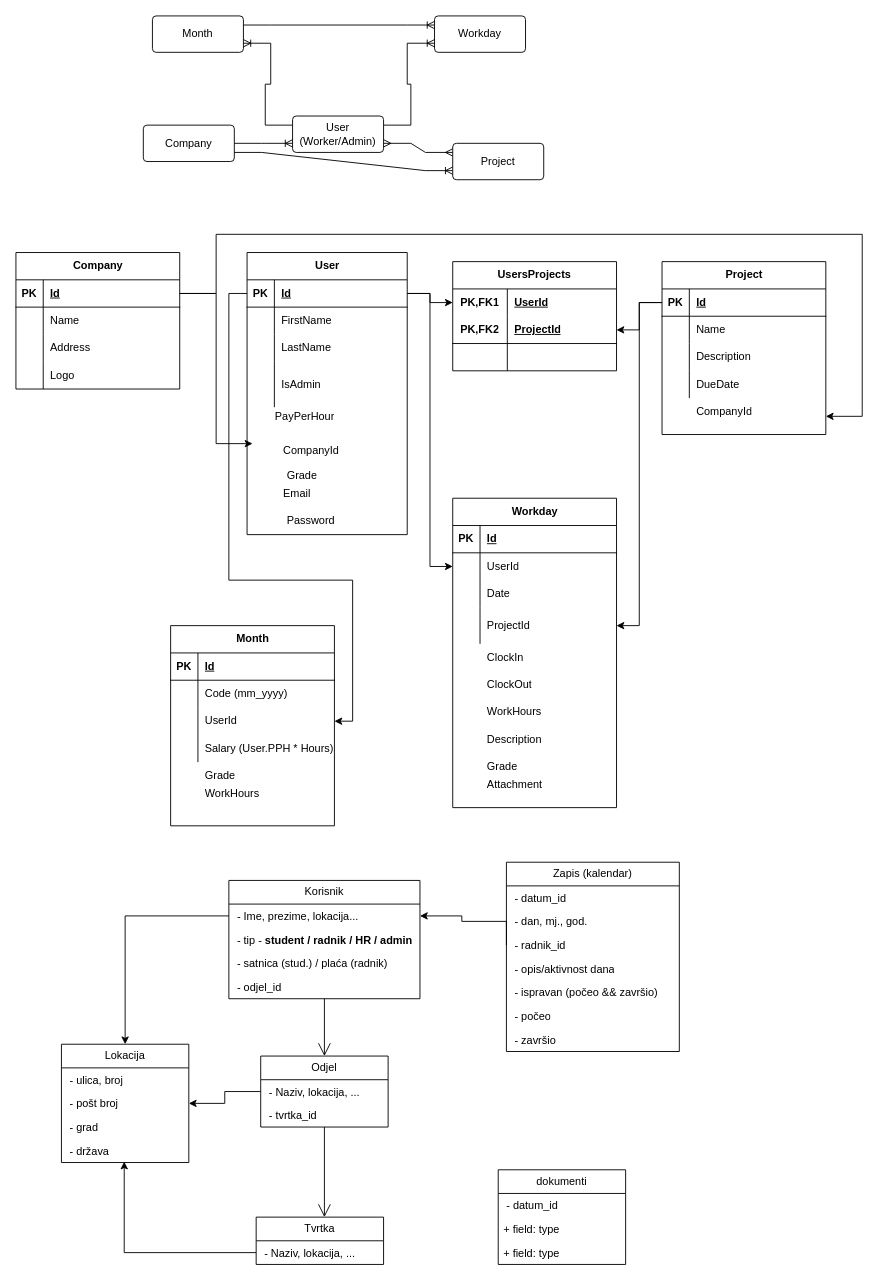
The draw.io diagram timekeper-baza.drawio in marinjurisich/TimeKeeper, before the edit. Source tidied: cells renumbered, new cells numbered last; positions are measured from the earlier drawing's top-left corner, leaving out a move shared by most shapes. Both pictures are drawn from the tidied source at 91%, with x=0, y=0 at pixel (15, 15).
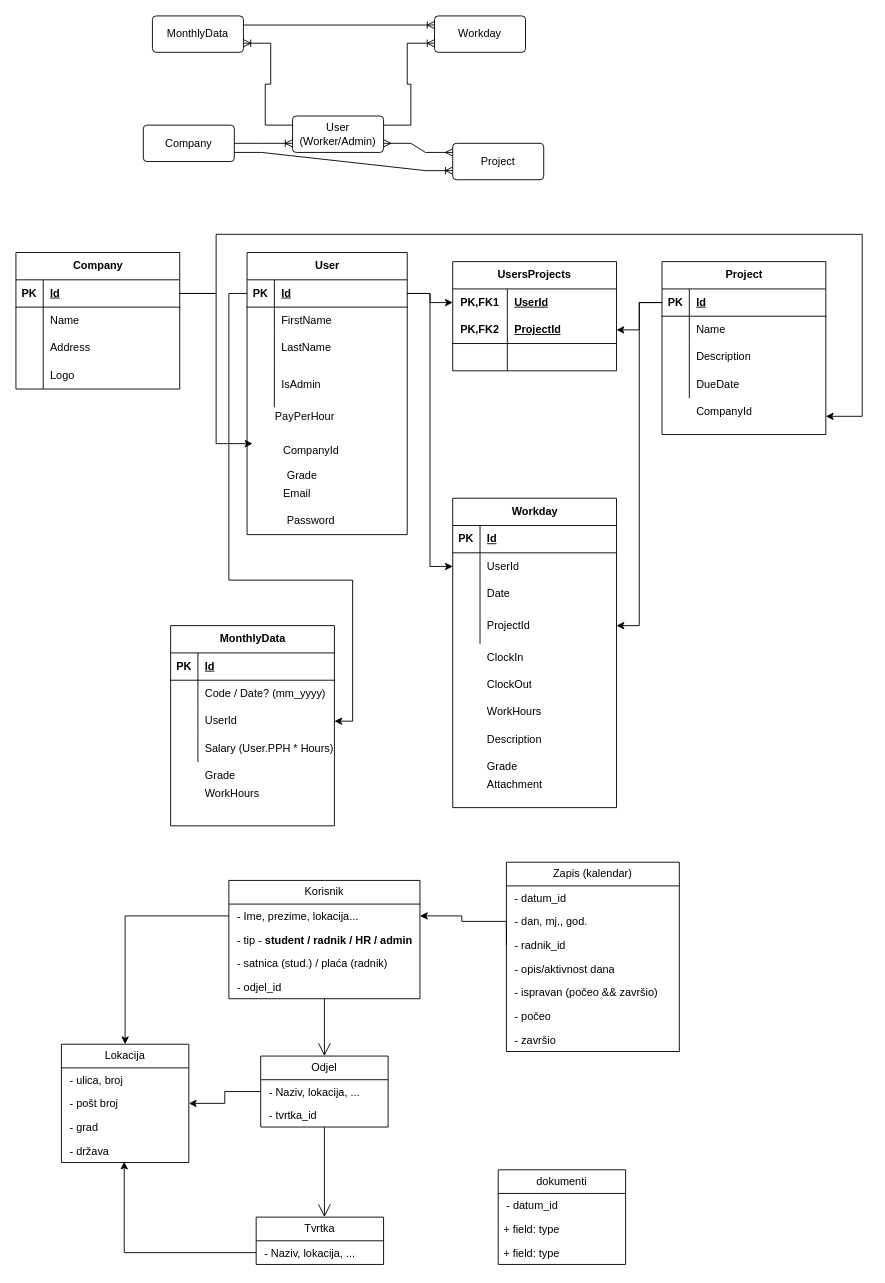
The same diagram, later.

Unchanged cells that the change refers to:
```xml
<mxCell id="125" style="shape=tableRow;horizontal=0;startSize=0;swimlaneHead=0;swimlaneBody=0;fillColor=none;top=0;left=0;right=0;bottom=0;" parent="121" vertex="1">
  <mxGeometry y="60" width="180" height="30" as="geometry" />
</mxCell>
```

What changed in the source:
```diff
@@
-    <mxCell id="38" value="Month" style="rounded=1;arcSize=10;whiteSpace=wrap;html=1;align=center;" parent="1" vertex="1">
+    <mxCell id="38" value="MonthlyData" style="rounded=1;arcSize=10;whiteSpace=wrap;html=1;align=center;" parent="1" vertex="1">
       <mxGeometry x="150" width="100" height="40" as="geometry" />
     </mxCell>
@@
-    <mxCell id="121" value="Month" style="shape=table;startSize=30;childLayout=tableLayout;rowLines=0;fontStyle=1;align=center;html=1;" parent="1" vertex="1">
+    <mxCell id="121" value="MonthlyData" style="shape=table;startSize=30;childLayout=tableLayout;rowLines=0;fontStyle=1;align=center;html=1;" parent="1" vertex="1">
       <mxGeometry x="170" y="670" width="180" height="220" as="geometry" />
     </mxCell>
@@
-    <mxCell id="127" value="Code (mm_yyyy)" style="shape=partialRectangle;fillColor=none;top=0;left=0;bottom=0;right=0;align=left;spacingLeft=6;overflow=hidden;whiteSpace=wrap;html=1;" parent="125" vertex="1">
+    <mxCell id="127" value="Code / Date? (mm_yyyy)" style="shape=partialRectangle;fillColor=none;top=0;left=0;bottom=0;right=0;align=left;spacingLeft=6;overflow=hidden;whiteSpace=wrap;html=1;" parent="125" vertex="1">
       <mxGeometry x="30" width="150" height="30" as="geometry" />
     </mxCell>
```
